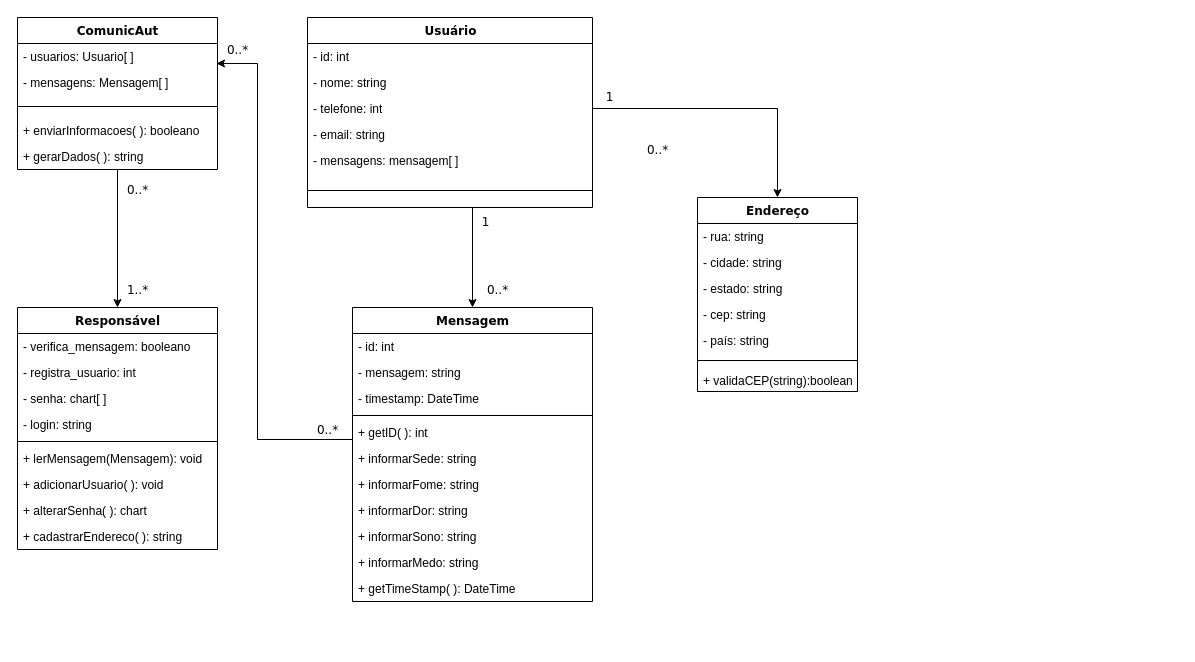
The draw.io diagram Diagrama de Classe de Domínio.drawio in andrematos79/andrematos79, before the edit. Source tidied: cells renumbered, new cells numbered last; positions are measured from the earlier drawing's top-left corner, leaving out a move shared by most shapes. Both pictures are drawn from the tidied source at 100%, with x=0, y=0 at pixel (17, 17).
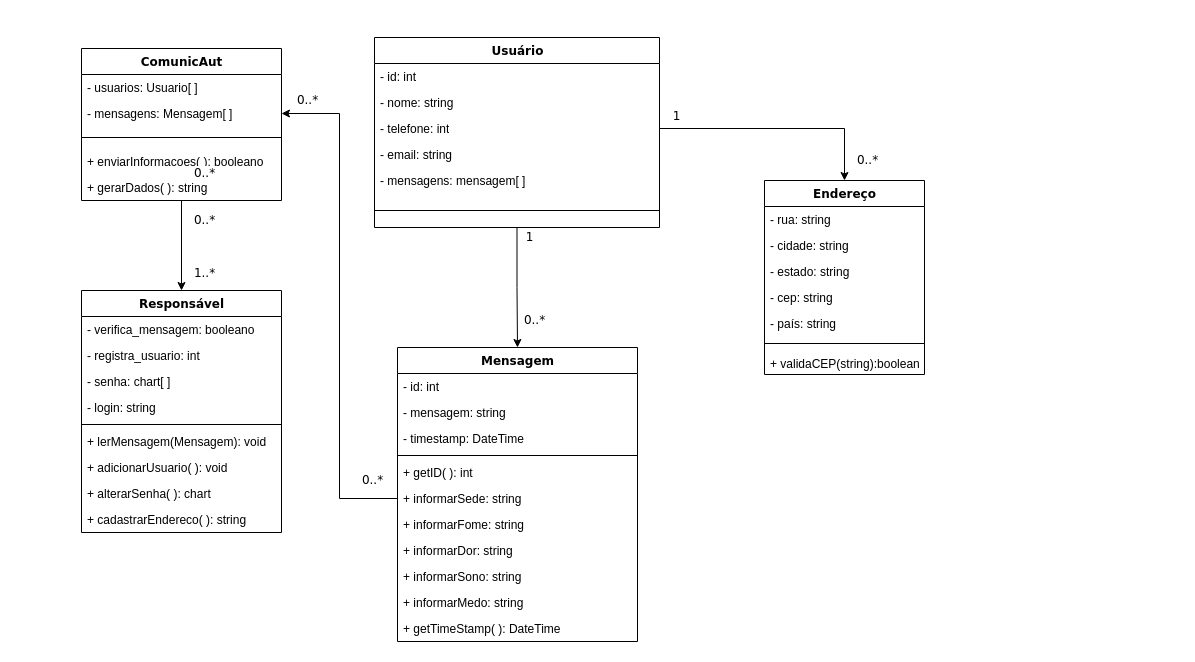
Above is the later version.

The change refers to these unchanged cells:
```xml
<mxCell id="30" value="- usuarios: Usuario[ ]" style="text;html=1;strokeColor=none;fillColor=none;align=left;verticalAlign=top;spacingLeft=4;spacingRight=4;whiteSpace=wrap;overflow=hidden;points=[[0,0.5],[1,0.5]];portConstraint=eastwest;" parent="29" vertex="1">
  <mxGeometry y="26" width="200" height="26" as="geometry" />
</mxCell>
<mxCell id="31" value="- mensagens: Mensagem[ ]" style="text;html=1;strokeColor=none;fillColor=none;align=left;verticalAlign=top;spacingLeft=4;spacingRight=4;whiteSpace=wrap;overflow=hidden;points=[[0,0.5],[1,0.5]];portConstraint=eastwest;" parent="29" vertex="1">
  <mxGeometry y="52" width="200" height="26" as="geometry" />
</mxCell>
<mxCell id="41" value="+ getID( ): int" style="text;html=1;strokeColor=none;fillColor=none;align=left;verticalAlign=top;spacingLeft=4;spacingRight=4;whiteSpace=wrap;overflow=hidden;points=[[0,0.5],[1,0.5]];portConstraint=eastwest;" parent="36" vertex="1">
  <mxGeometry y="112" width="240" height="26" as="geometry" />
</mxCell>
<mxCell id="42" value="+ informarSede: string" style="text;html=1;strokeColor=none;fillColor=none;align=left;verticalAlign=top;spacingLeft=4;spacingRight=4;whiteSpace=wrap;overflow=hidden;points=[[0,0.5],[1,0.5]];portConstraint=eastwest;" parent="36" vertex="1">
  <mxGeometry y="138" width="240" height="26" as="geometry" />
</mxCell>
```

Diff of the diagram source:
```diff
@@
     <mxCell id="2" value="Responsável" style="swimlane;html=1;fontStyle=1;align=center;verticalAlign=top;horizontal=1;startSize=26;swimlaneFillColor=#ffffff;rounded=0;shadow=0;comic=0;labelBackgroundColor=none;strokeWidth=1;fillColor=none;fontFamily=Verdana;fontSize=12;" parent="1" vertex="1">
-      <mxGeometry y="290" width="200" height="242" as="geometry" />
+      <mxGeometry x="64" y="273" width="200" height="242" as="geometry" />
     </mxCell>
@@
+    <mxCell id="35" style="edgeStyle=orthogonalEdgeStyle;rounded=0;jettySize=auto;html=1;exitX=0.5;exitY=1;exitDx=0;exitDy=0;entryX=0.5;entryY=0;entryDx=0;entryDy=0;" parent="1" edge="1" source="12" target="36">
+      <mxGeometry relative="1" as="geometry" />
+    </mxCell>
     <mxCell id="12" value="Usuário" style="swimlane;html=1;fontStyle=1;align=center;verticalAlign=top;horizontal=1;startSize=26;swimlaneFillColor=#ffffff;rounded=0;shadow=0;comic=0;labelBackgroundColor=none;strokeWidth=1;fillColor=none;fontFamily=Verdana;fontSize=12;" parent="1" vertex="1">
-      <mxGeometry x="290" width="285" height="190" as="geometry" />
+      <mxGeometry x="357" y="20" width="285" height="190" as="geometry" />
     </mxCell>
@@
     <mxCell id="19" value="Endereço" style="swimlane;html=1;fontStyle=1;align=center;verticalAlign=top;horizontal=1;startSize=26;swimlaneFillColor=#ffffff;rounded=0;shadow=0;comic=0;labelBackgroundColor=none;strokeWidth=1;fillColor=none;fontFamily=Verdana;fontSize=12;" parent="1" vertex="1">
-      <mxGeometry x="680" y="180" width="160" height="194" as="geometry" />
+      <mxGeometry x="747" y="163" width="160" height="194" as="geometry" />
     </mxCell>
@@
-    <mxCell id="27" style="edgeStyle=orthogonalEdgeStyle;rounded=0;jettySize=auto;html=1;exitX=0.5;exitY=1;exitDx=0;exitDy=0;" parent="1" edge="1" source="29">
-      <mxGeometry relative="1" as="geometry">
-        <mxPoint x="100" y="100" as="targetPoint" />
-      </mxGeometry>
-    </mxCell>
@@
     <mxCell id="29" value="ComunicAut" style="swimlane;html=1;fontStyle=1;align=center;verticalAlign=top;horizontal=1;startSize=26;swimlaneFillColor=#ffffff;rounded=0;shadow=0;comic=0;labelBackgroundColor=none;strokeWidth=1;fillColor=none;fontFamily=Verdana;fontSize=12;" parent="1" vertex="1">
-      <mxGeometry width="200" height="152" as="geometry" />
+      <mxGeometry x="64" y="31" width="200" height="152" as="geometry" />
     </mxCell>
@@
-    <mxCell id="35" style="edgeStyle=orthogonalEdgeStyle;rounded=0;jettySize=auto;html=1;entryX=0.5;entryY=0;entryDx=0;entryDy=0;exitX=0.5;exitY=1;exitDx=0;exitDy=0;" parent="1" edge="1" source="12" target="36">
-      <mxGeometry relative="1" as="geometry">
-        <Array as="points">
-          <mxPoint x="455" y="190" />
-        </Array>
-      </mxGeometry>
-    </mxCell>
     <mxCell id="36" value="Mensagem" style="swimlane;html=1;fontStyle=1;align=center;verticalAlign=top;horizontal=1;startSize=26;swimlaneFillColor=#ffffff;rounded=0;shadow=0;comic=0;labelBackgroundColor=none;strokeWidth=1;fillColor=none;fontFamily=Verdana;fontSize=12;" parent="1" vertex="1">
-      <mxGeometry x="335" y="290" width="240" height="294" as="geometry" />
+      <mxGeometry x="380" y="330" width="240" height="294" as="geometry" />
     </mxCell>
@@
     <mxCell id="48" value="0..*" style="text;html=1;align=center;verticalAlign=middle;labelBackgroundColor=#ffffff;fontSize=12;fontFamily=Verdana;" parent="1" vertex="1">
-      <mxGeometry x="790" y="270" as="geometry">
+      <mxGeometry x="827" y="300" as="geometry">
         <mxPoint x="-311" y="2" as="offset" />
       </mxGeometry>
     </mxCell>
     <mxCell id="49" value="1" style="text;html=1;align=center;verticalAlign=middle;labelBackgroundColor=#ffffff;fontSize=12;fontFamily=Verdana;" parent="1" vertex="1">
-      <mxGeometry x="467" y="204" as="geometry" />
+      <mxGeometry x="387" y="183" as="geometry">
+        <mxPoint x="124" y="36" as="offset" />
+      </mxGeometry>
     </mxCell>
-    <mxCell id="50" style="edgeStyle=orthogonalEdgeStyle;rounded=0;jettySize=auto;html=1;entryX=0.995;entryY=0.769;entryDx=0;entryDy=0;entryPerimeter=0;exitX=0;exitY=0.5;exitDx=0;exitDy=0;" parent="1" edge="1" source="41" target="30">
-      <mxGeometry relative="1" as="geometry">
-        <Array as="points">
-          <mxPoint x="335" y="422" />
-          <mxPoint x="240" y="422" />
-          <mxPoint x="240" y="46" />
-        </Array>
-      </mxGeometry>
-    </mxCell>
     <mxCell id="51" value="0..*" style="text;html=1;align=center;verticalAlign=middle;labelBackgroundColor=#ffffff;fontSize=12;fontFamily=Verdana;" parent="1" vertex="1">
-      <mxGeometry x="530" y="30" as="geometry">
+      <mxGeometry x="497" y="200" as="geometry">
         <mxPoint x="-311" y="2" as="offset" />
       </mxGeometry>
     </mxCell>
     <mxCell id="52" value="0..*" style="text;html=1;align=center;verticalAlign=middle;labelBackgroundColor=#ffffff;fontSize=12;fontFamily=Verdana;" parent="1" vertex="1">
-      <mxGeometry x="620" y="410" as="geometry">
+      <mxGeometry x="665" y="460" as="geometry">
         <mxPoint x="-311" y="2" as="offset" />
       </mxGeometry>
     </mxCell>
@@
     <mxCell id="54" value="0..*" style="text;html=1;align=center;verticalAlign=middle;labelBackgroundColor=#ffffff;fontSize=12;fontFamily=Verdana;" parent="1" vertex="1">
-      <mxGeometry x="950" y="130" as="geometry">
+      <mxGeometry x="1160" y="140" as="geometry">
         <mxPoint x="-311" y="2" as="offset" />
       </mxGeometry>
     </mxCell>
     <mxCell id="55" value="1" style="text;html=1;align=center;verticalAlign=middle;labelBackgroundColor=#ffffff;fontSize=12;fontFamily=Verdana;" parent="1" vertex="1">
-      <mxGeometry x="477" y="214" as="geometry">
+      <mxGeometry x="544" y="233" as="geometry">
         <mxPoint x="114" y="-135" as="offset" />
       </mxGeometry>
     </mxCell>
     <mxCell id="56" value="1..*" style="text;html=1;align=center;verticalAlign=middle;labelBackgroundColor=#ffffff;fontSize=12;fontFamily=Verdana;" parent="1" vertex="1">
-      <mxGeometry x="430" y="270" as="geometry">
+      <mxGeometry x="497" y="253" as="geometry">
         <mxPoint x="-311" y="2" as="offset" />
       </mxGeometry>
     </mxCell>
     <mxCell id="57" value="0..*" style="text;html=1;align=center;verticalAlign=middle;labelBackgroundColor=#ffffff;fontSize=12;fontFamily=Verdana;" parent="1" vertex="1">
-      <mxGeometry x="430" y="170" as="geometry">
+      <mxGeometry x="497" y="153" as="geometry">
         <mxPoint x="-311" y="2" as="offset" />
       </mxGeometry>
     </mxCell>
+    <mxCell id="58" value="0..*" style="text;html=1;align=center;verticalAlign=middle;labelBackgroundColor=#ffffff;fontSize=12;fontFamily=Verdana;" parent="1" vertex="1">
+      <mxGeometry x="600" y="80" as="geometry">
+        <mxPoint x="-311" y="2" as="offset" />
+      </mxGeometry>
+    </mxCell>
+    <mxCell id="59" style="edgeStyle=orthogonalEdgeStyle;rounded=0;jettySize=auto;html=1;exitX=0;exitY=0.5;exitDx=0;exitDy=0;" parent="1" edge="1" source="42" target="31">
+      <mxGeometry relative="1" as="geometry" />
+    </mxCell>
```
